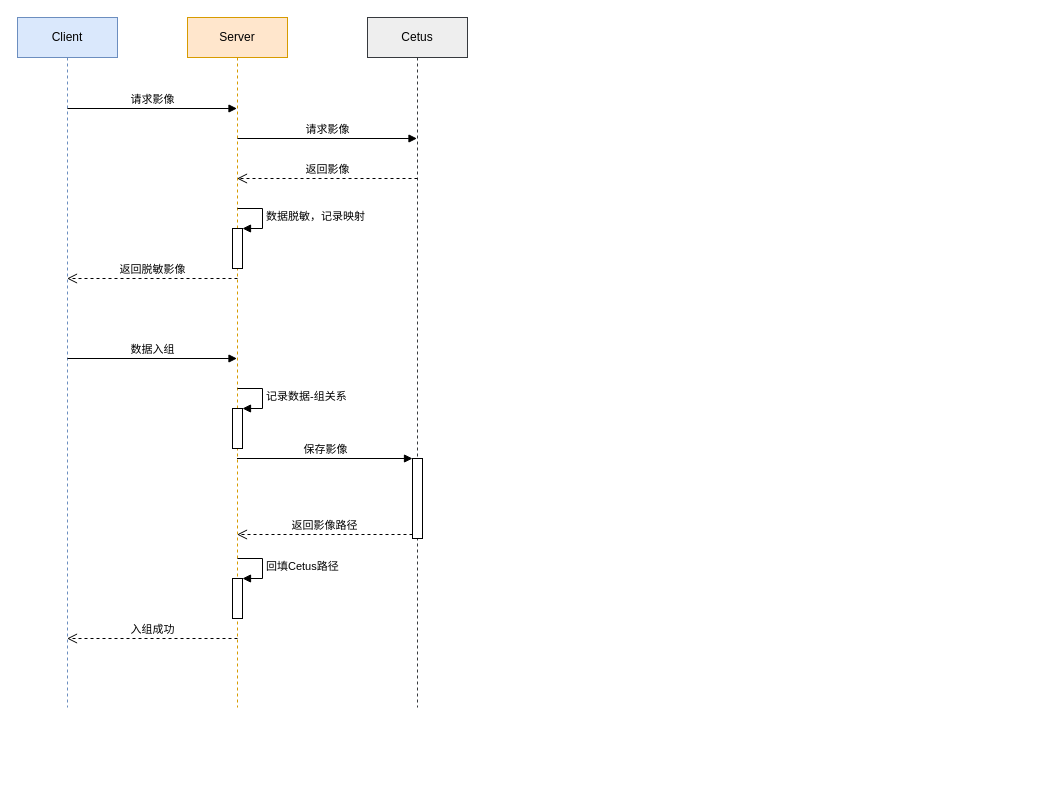
Earlier version of the draw.io diagram uih/转换科研-数据入组.drawio (xzs603/draw.io). Source tidied: cells renumbered, new cells numbered last; positions are measured from the earlier drawing's top-left corner, leaving out a move shared by most shapes. Both pictures are drawn from the tidied source at 100%, with x=0, y=0 at pixel (17, 17).
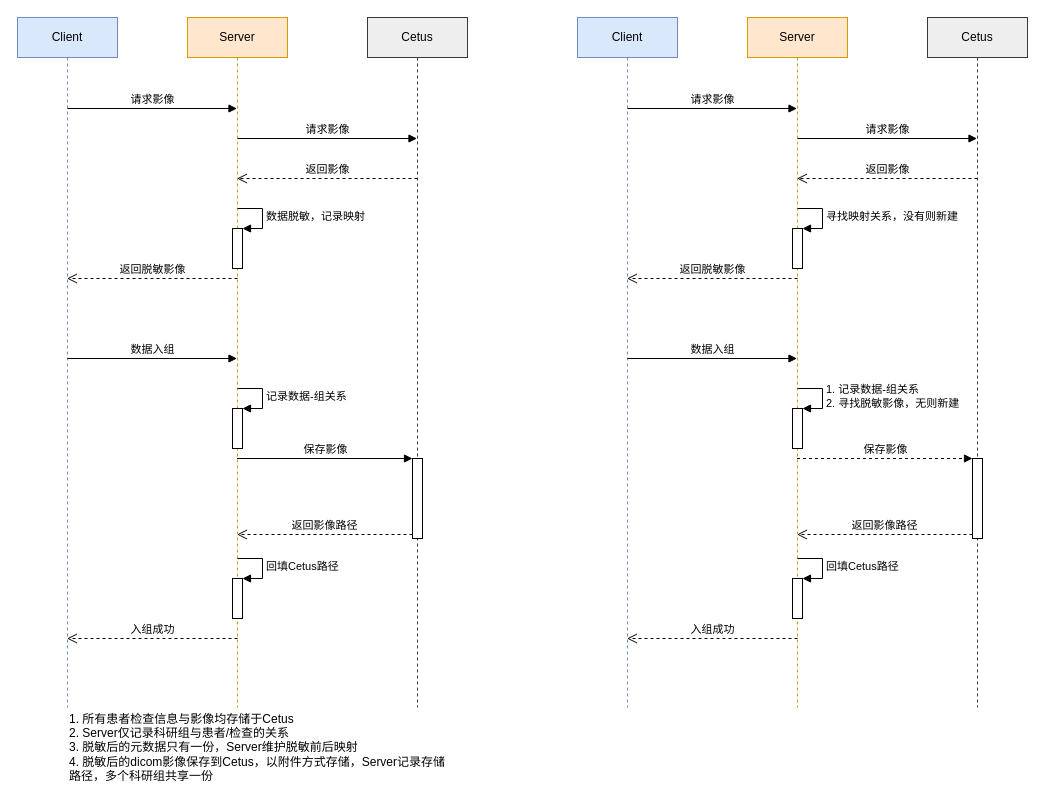
The same diagram, later.

Commit message:
数据入组更新

What changed in the source:
```diff
@@
+    <mxCell id="20" value="Client" style="shape=umlLifeline;perimeter=lifelinePerimeter;whiteSpace=wrap;html=1;outlineConnect=0;fillColor=#dae8fc;strokeColor=#6c8ebf;" parent="1" vertex="1">
+      <mxGeometry x="560" width="100" height="690" as="geometry" />
+    </mxCell>
+    <mxCell id="21" value="请求影像" style="html=1;verticalAlign=bottom;endArrow=block;" parent="20" edge="1" target="23">
+      <mxGeometry relative="1" as="geometry">
+        <mxPoint x="50" y="91" as="sourcePoint" />
+      </mxGeometry>
+    </mxCell>
+    <mxCell id="22" value="数据入组" style="html=1;verticalAlign=bottom;endArrow=block;" parent="20" edge="1" target="23">
+      <mxGeometry relative="1" as="geometry">
+        <mxPoint x="50" y="341" as="sourcePoint" />
+      </mxGeometry>
+    </mxCell>
+    <mxCell id="23" value="Server" style="shape=umlLifeline;perimeter=lifelinePerimeter;whiteSpace=wrap;html=1;outlineConnect=0;fillColor=#ffe6cc;strokeColor=#d79b00;" parent="1" vertex="1">
+      <mxGeometry x="730" width="100" height="690" as="geometry" />
+    </mxCell>
+    <mxCell id="24" value="请求影像" style="html=1;verticalAlign=bottom;endArrow=block;" parent="23" edge="1" target="31">
+      <mxGeometry relative="1" as="geometry">
+        <mxPoint x="50" y="121" as="sourcePoint" />
+      </mxGeometry>
+    </mxCell>
+    <mxCell id="25" style="html=1;points=[];perimeter=orthogonalPerimeter;" parent="23" vertex="1">
+      <mxGeometry x="45" y="211" width="10" height="40" as="geometry" />
+    </mxCell>
+    <mxCell id="26" value="寻找映射关系，没有则新建" style="edgeStyle=orthogonalEdgeStyle;html=1;align=left;spacingLeft=2;endArrow=block;rounded=0;entryX=1;entryY=0;" parent="23" edge="1" target="25">
+      <mxGeometry relative="1" as="geometry">
+        <mxPoint x="50" y="191" as="sourcePoint" />
+        <Array as="points">
+          <mxPoint x="75" y="191" />
+        </Array>
+      </mxGeometry>
+    </mxCell>
+    <mxCell id="27" style="html=1;points=[];perimeter=orthogonalPerimeter;" parent="23" vertex="1">
+      <mxGeometry x="45" y="391" width="10" height="40" as="geometry" />
+    </mxCell>
+    <mxCell id="28" value="1. 记录数据-组关系&lt;br&gt;2. 寻找脱敏影像，无则新建" style="edgeStyle=orthogonalEdgeStyle;html=1;align=left;spacingLeft=2;endArrow=block;rounded=0;entryX=1;entryY=0;" parent="23" edge="1" target="27">
+      <mxGeometry relative="1" as="geometry">
+        <mxPoint x="50" y="371" as="sourcePoint" />
+        <Array as="points">
+          <mxPoint x="75" y="371" />
+        </Array>
+      </mxGeometry>
+    </mxCell>
+    <mxCell id="29" style="html=1;points=[];perimeter=orthogonalPerimeter;" parent="23" vertex="1">
+      <mxGeometry x="45" y="561" width="10" height="40" as="geometry" />
+    </mxCell>
+    <mxCell id="30" value="回填Cetus路径" style="edgeStyle=orthogonalEdgeStyle;html=1;align=left;spacingLeft=2;endArrow=block;rounded=0;entryX=1;entryY=0;" parent="23" edge="1" target="29">
+      <mxGeometry relative="1" as="geometry">
+        <mxPoint x="50" y="541" as="sourcePoint" />
+        <Array as="points">
+          <mxPoint x="75" y="541" />
+        </Array>
+      </mxGeometry>
+    </mxCell>
+    <mxCell id="31" value="Cetus" style="shape=umlLifeline;perimeter=lifelinePerimeter;whiteSpace=wrap;html=1;outlineConnect=0;fillColor=#eeeeee;strokeColor=#36393d;" parent="1" vertex="1">
+      <mxGeometry x="910" width="100" height="690" as="geometry" />
+    </mxCell>
+    <mxCell id="32" style="html=1;points=[];perimeter=orthogonalPerimeter;" parent="31" vertex="1">
+      <mxGeometry x="45" y="441" width="10" height="80" as="geometry" />
+    </mxCell>
+    <mxCell id="33" value="返回影像" style="html=1;verticalAlign=bottom;endArrow=open;dashed=1;endSize=8;" parent="1" edge="1" target="23">
+      <mxGeometry relative="1" as="geometry">
+        <mxPoint x="960" y="161" as="sourcePoint" />
+      </mxGeometry>
+    </mxCell>
+    <mxCell id="34" value="返回脱敏影像" style="html=1;verticalAlign=bottom;endArrow=open;dashed=1;endSize=8;" parent="1" edge="1" target="20">
+      <mxGeometry relative="1" as="geometry">
+        <mxPoint x="780" y="261" as="sourcePoint" />
+      </mxGeometry>
+    </mxCell>
+    <mxCell id="35" value="保存影像" style="html=1;verticalAlign=bottom;endArrow=block;entryX=0;entryY=0;dashed=1;" parent="1" edge="1" source="23" target="32">
+      <mxGeometry relative="1" as="geometry" />
+    </mxCell>
+    <mxCell id="36" value="返回影像路径" style="html=1;verticalAlign=bottom;endArrow=open;dashed=1;endSize=8;exitX=0;exitY=0.95;" parent="1" edge="1" source="32" target="23">
+      <mxGeometry relative="1" as="geometry" />
+    </mxCell>
+    <mxCell id="37" value="入组成功" style="html=1;verticalAlign=bottom;endArrow=open;dashed=1;endSize=8;" parent="1" edge="1" target="20">
+      <mxGeometry relative="1" as="geometry">
+        <mxPoint x="780" y="621" as="sourcePoint" />
+      </mxGeometry>
+    </mxCell>
+    <mxCell id="38" value="&lt;span&gt;1. 所有患者检查信息与影像均存储于Cetus&lt;/span&gt;&lt;br&gt;&lt;span&gt;2. Server仅记录科研组与患者/检查的关系&lt;/span&gt;&lt;br&gt;&lt;span&gt;3. 脱敏后的元数据只有一份，Server维护脱敏前后映射&lt;/span&gt;&lt;br&gt;&lt;span&gt;4. 脱敏后的dicom影像保存到Cetus，以附件方式存储，Server记录存储路径，多个科研组共享一份&lt;/span&gt;" style="text;html=1;strokeColor=none;fillColor=none;align=left;verticalAlign=middle;whiteSpace=wrap;rounded=0;" parent="1" vertex="1">
+      <mxGeometry x="50" y="720" width="390" height="20" as="geometry" />
+    </mxCell>
```
